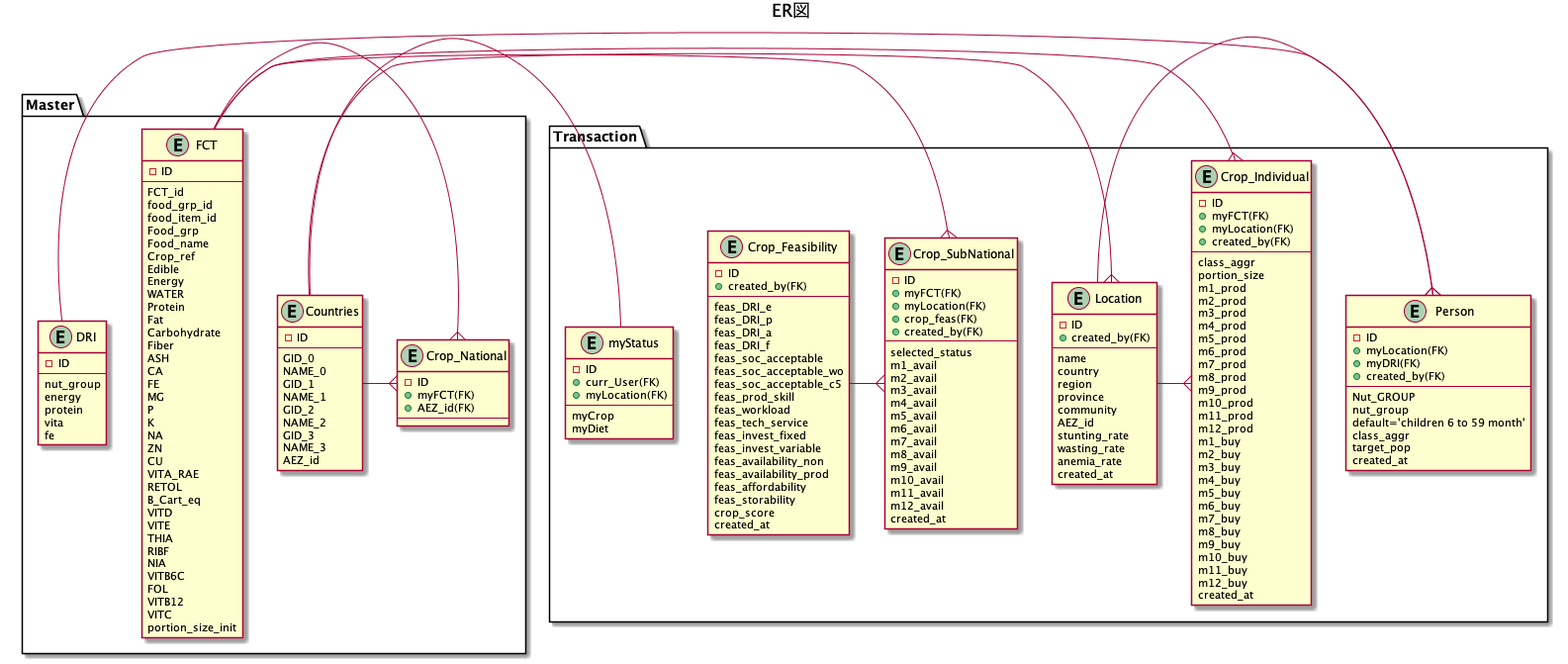
snakada1615/ifna_pwa02 keeps this PlantUML diagram as myApp/static/ULM/ER02.png. Above is the earlier version.
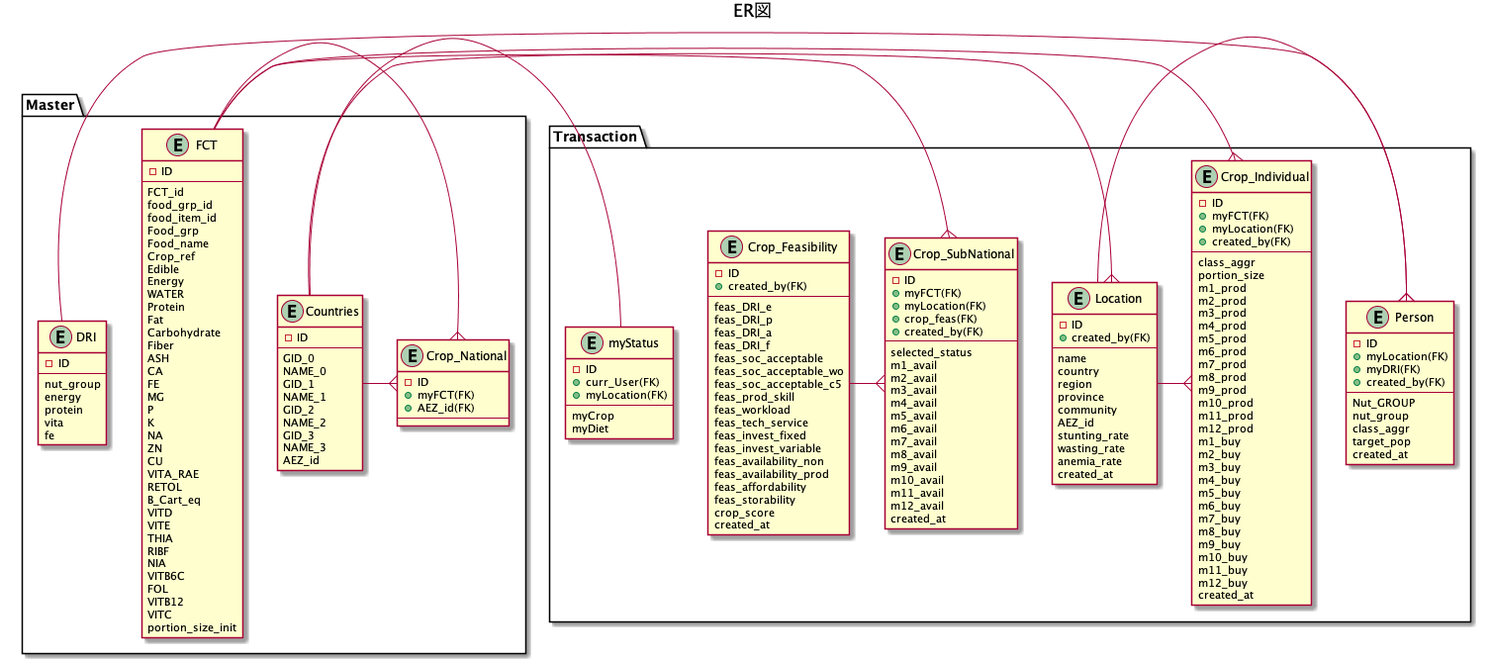
Later version of the same file.

What changed in the source:
```diff
@@ -102,12 +102,11 @@
 --
       Nut_GROUP
       nut_group
-          default='children 6 to 59 month'
       class_aggr
       target_pop
       created_at
     }
-    entity Location {
+  entity Location {
       - ID
       + created_by(FK)
   --
```
